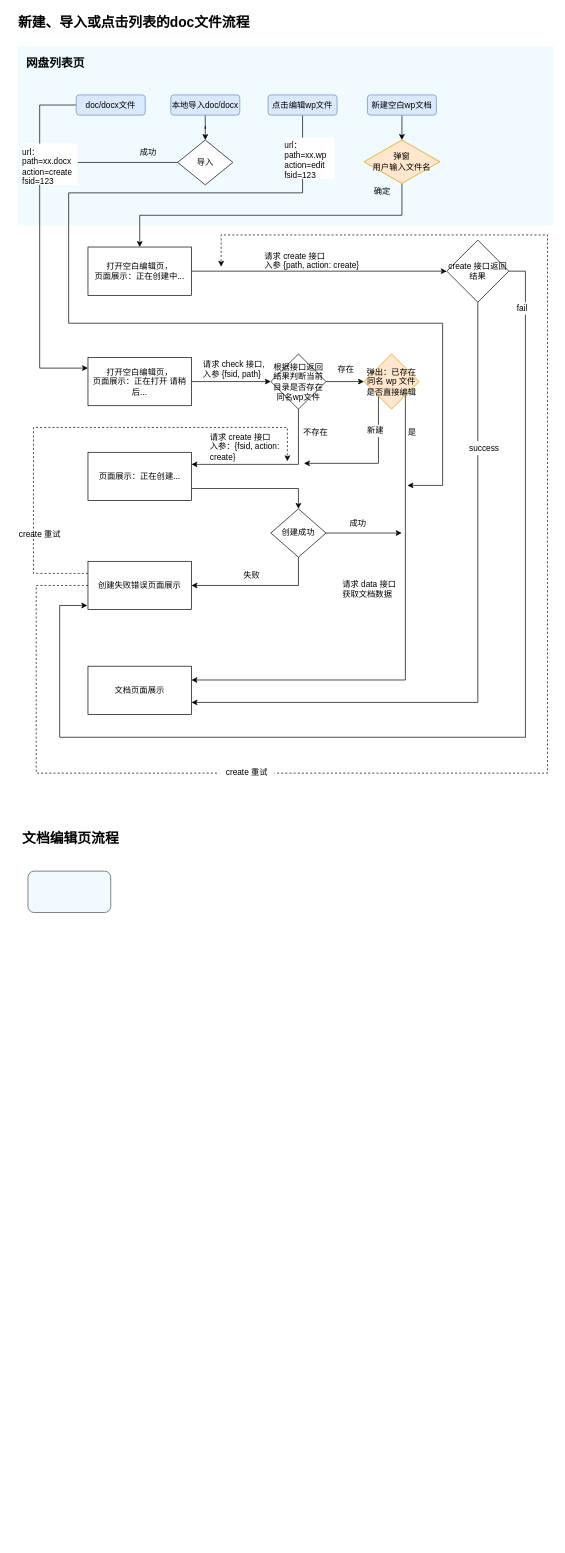
This is Untitled Diagram.drawio from simqifeng/somenote, a draw.io file, before an edit. Source tidied: cells renumbered, new cells numbered last; positions are measured from the earlier drawing's top-left corner, leaving out a move shared by most shapes. Both pictures are drawn from the tidied source at 69%, with x=0, y=0 at pixel (12, 12).
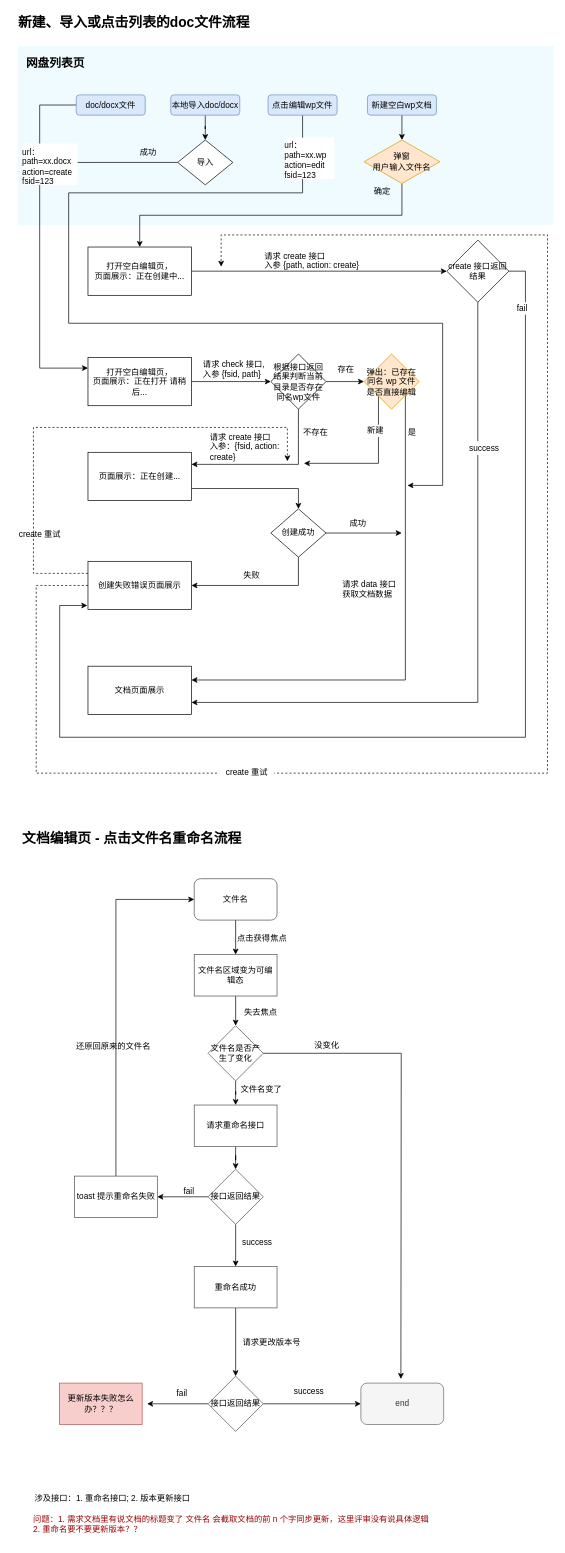
Above is the later version.

Commit message:
增加重命名文件名逻辑.drawio

Diff of the diagram source:
```diff
@@
-    <mxCell id="48" value="文档编辑页流程" style="text;html=1;align=left;verticalAlign=middle;fontSize=20;fontStyle=1;" parent="1" vertex="1">
-      <mxGeometry x="13" y="1183" width="150" height="28" as="geometry" />
+    <mxCell id="48" value="文档编辑页 - 点击文件名重命名流程" style="text;html=1;align=left;verticalAlign=middle;fontSize=20;fontStyle=1;" parent="1" vertex="1">
+      <mxGeometry x="13" y="1183" width="328" height="28" as="geometry" />
     </mxCell>
-    <mxCell id="49" style="rounded=1;whiteSpace=wrap;html=1;strokeColor=#4D4D4D;fillColor=#F0FBFF;fontSize=20;align=left;" parent="1" vertex="1">
-      <mxGeometry x="23" y="1245" width="120" height="60" as="geometry" />
-    </mxCell>
@@
+    <mxCell id="60" style="edgeStyle=orthogonalEdgeStyle;rounded=0;jettySize=auto;html=1;entryX=0.5;entryY=0;entryDx=0;entryDy=0;fontSize=12;" parent="1" edge="1" source="61" target="71">
+      <mxGeometry relative="1" as="geometry" />
+    </mxCell>
+    <mxCell id="61" value="请求重命名接口" style="rounded=0;whiteSpace=wrap;html=1;strokeColor=#4D4D4D;fillColor=#ffffff;fontSize=12;align=center;" parent="1" vertex="1">
+      <mxGeometry x="264" y="1584" width="120" height="60" as="geometry" />
+    </mxCell>
+    <mxCell id="62" style="edgeStyle=orthogonalEdgeStyle;rounded=0;jettySize=auto;html=1;entryX=0.5;entryY=0;entryDx=0;entryDy=0;fontSize=12;" parent="1" edge="1" source="64" target="61">
+      <mxGeometry relative="1" as="geometry" />
+    </mxCell>
+    <mxCell id="63" style="edgeStyle=orthogonalEdgeStyle;rounded=0;jettySize=auto;html=1;fontSize=12;" parent="1" edge="1" source="64">
+      <mxGeometry relative="1" as="geometry">
+        <mxPoint x="563.5" y="1981" as="targetPoint" />
+      </mxGeometry>
+    </mxCell>
+    <mxCell id="64" value="文件名是否产生了变化" style="rhombus;whiteSpace=wrap;html=1;strokeColor=#4D4D4D;fillColor=#ffffff;fontSize=12;align=center;" parent="1" vertex="1">
+      <mxGeometry x="284" y="1469" width="80" height="80" as="geometry" />
+    </mxCell>
+    <mxCell id="65" style="edgeStyle=orthogonalEdgeStyle;rounded=0;jettySize=auto;html=1;entryX=0.5;entryY=0;entryDx=0;entryDy=0;fontSize=12;" parent="1" edge="1" source="66" target="82">
+      <mxGeometry relative="1" as="geometry" />
+    </mxCell>
+    <mxCell id="66" value="文件名" style="rounded=1;whiteSpace=wrap;html=1;strokeColor=#4D4D4D;fillColor=#ffffff;fontSize=12;align=center;" parent="1" vertex="1">
+      <mxGeometry x="264" y="1256" width="120" height="60" as="geometry" />
+    </mxCell>
+    <mxCell id="67" value="失去焦点" style="text;html=1;align=center;verticalAlign=middle;fontSize=12;" parent="1" vertex="1">
+      <mxGeometry x="330.5" y="1441" width="58" height="18" as="geometry" />
+    </mxCell>
+    <mxCell id="68" value="文件名变了" style="text;html=1;align=center;verticalAlign=middle;fontSize=12;" parent="1" vertex="1">
+      <mxGeometry x="326" y="1553" width="70" height="18" as="geometry" />
+    </mxCell>
+    <mxCell id="69" style="edgeStyle=orthogonalEdgeStyle;rounded=0;jettySize=auto;html=1;exitX=0.5;exitY=1;exitDx=0;exitDy=0;entryX=0.5;entryY=0;entryDx=0;entryDy=0;fontSize=12;" parent="1" edge="1" source="71" target="73">
+      <mxGeometry relative="1" as="geometry" />
+    </mxCell>
+    <mxCell id="70" style="edgeStyle=orthogonalEdgeStyle;rounded=0;jettySize=auto;html=1;entryX=1;entryY=0.5;entryDx=0;entryDy=0;fontSize=12;" parent="1" edge="1" source="71" target="86">
+      <mxGeometry relative="1" as="geometry" />
+    </mxCell>
+    <mxCell id="71" value="接口返回结果" style="rhombus;whiteSpace=wrap;html=1;strokeColor=#4D4D4D;fillColor=#ffffff;fontSize=12;align=center;" parent="1" vertex="1">
+      <mxGeometry x="284" y="1677" width="80" height="80" as="geometry" />
+    </mxCell>
+    <mxCell id="72" style="edgeStyle=orthogonalEdgeStyle;rounded=0;jettySize=auto;html=1;entryX=0.5;entryY=0;entryDx=0;entryDy=0;fontSize=12;" parent="1" edge="1" source="73" target="77">
+      <mxGeometry relative="1" as="geometry" />
+    </mxCell>
+    <mxCell id="73" value="重命名成功" style="rounded=0;whiteSpace=wrap;html=1;strokeColor=#4D4D4D;fillColor=#ffffff;fontSize=12;align=center;" parent="1" vertex="1">
+      <mxGeometry x="264" y="1818" width="120" height="60" as="geometry" />
+    </mxCell>
+    <mxCell id="74" value="success" style="text;html=1;align=center;verticalAlign=middle;fontSize=12;" parent="1" vertex="1">
+      <mxGeometry x="328.5" y="1774" width="53" height="18" as="geometry" />
+    </mxCell>
+    <mxCell id="75" style="edgeStyle=orthogonalEdgeStyle;rounded=0;jettySize=auto;html=1;exitX=1;exitY=0.5;exitDx=0;exitDy=0;entryX=0;entryY=0.5;entryDx=0;entryDy=0;fontSize=12;" parent="1" edge="1" source="77" target="80">
+      <mxGeometry relative="1" as="geometry" />
+    </mxCell>
+    <mxCell id="76" style="edgeStyle=orthogonalEdgeStyle;rounded=0;jettySize=auto;html=1;fontSize=12;" parent="1" edge="1" source="77">
+      <mxGeometry relative="1" as="geometry">
+        <mxPoint x="195.7" y="2017" as="targetPoint" />
+      </mxGeometry>
+    </mxCell>
+    <mxCell id="77" value="接口返回结果" style="rhombus;whiteSpace=wrap;html=1;strokeColor=#4D4D4D;fillColor=#ffffff;fontSize=12;align=center;" parent="1" vertex="1">
+      <mxGeometry x="284" y="1977" width="80" height="80" as="geometry" />
+    </mxCell>
+    <mxCell id="78" value="请求更改版本号" style="text;html=1;align=center;verticalAlign=middle;fontSize=12;" parent="1" vertex="1">
+      <mxGeometry x="328.5" y="1919" width="94" height="18" as="geometry" />
+    </mxCell>
+    <mxCell id="79" value="success" style="text;html=1;align=center;verticalAlign=middle;fontSize=12;" parent="1" vertex="1">
+      <mxGeometry x="403.5" y="1991" width="53" height="18" as="geometry" />
+    </mxCell>
+    <mxCell id="80" value="end" style="rounded=1;whiteSpace=wrap;html=1;strokeColor=#666666;fillColor=#f5f5f5;fontSize=12;align=center;fontColor=#333333;" parent="1" vertex="1">
+      <mxGeometry x="505.5" y="1987" width="120" height="60" as="geometry" />
+    </mxCell>
+    <mxCell id="81" style="edgeStyle=orthogonalEdgeStyle;rounded=0;jettySize=auto;html=1;fontSize=12;" parent="1" edge="1" source="82" target="64">
+      <mxGeometry relative="1" as="geometry" />
+    </mxCell>
+    <mxCell id="82" value="文件名区域变为可编辑态" style="rounded=0;whiteSpace=wrap;html=1;strokeColor=#4D4D4D;fillColor=#ffffff;fontSize=12;align=center;" parent="1" vertex="1">
+      <mxGeometry x="264" y="1366" width="120" height="60" as="geometry" />
+    </mxCell>
+    <mxCell id="83" value="点击获得焦点" style="text;html=1;align=center;verticalAlign=middle;fontSize=12;" parent="1" vertex="1">
+      <mxGeometry x="321" y="1334" width="82" height="18" as="geometry" />
+    </mxCell>
+    <mxCell id="84" value="没变化" style="text;html=1;align=center;verticalAlign=middle;fontSize=12;" parent="1" vertex="1">
+      <mxGeometry x="432.5" y="1489" width="46" height="18" as="geometry" />
+    </mxCell>
+    <mxCell id="85" style="edgeStyle=orthogonalEdgeStyle;rounded=0;jettySize=auto;html=1;entryX=0;entryY=0.5;entryDx=0;entryDy=0;fontSize=12;exitX=0.5;exitY=0;exitDx=0;exitDy=0;" parent="1" edge="1" source="86" target="66">
+      <mxGeometry relative="1" as="geometry">
+        <Array as="points">
+          <mxPoint x="150.5" y="1286" />
+        </Array>
+      </mxGeometry>
+    </mxCell>
+    <mxCell id="86" value="toast 提示重命名失败" style="rounded=0;whiteSpace=wrap;html=1;strokeColor=#4D4D4D;fillColor=#ffffff;fontSize=12;align=center;" parent="1" vertex="1">
+      <mxGeometry x="90.5" y="1687" width="120" height="60" as="geometry" />
+    </mxCell>
+    <mxCell id="87" value="fail" style="text;html=1;align=center;verticalAlign=middle;fontSize=12;" parent="1" vertex="1">
+      <mxGeometry x="243.5" y="1700" width="25" height="18" as="geometry" />
+    </mxCell>
+    <mxCell id="88" value="&lt;h1&gt;&lt;span style=&quot;font-size: 12px ; font-weight: normal&quot;&gt;还原回原来的文件名&lt;/span&gt;&lt;br&gt;&lt;/h1&gt;" style="text;html=1;strokeColor=none;fillColor=none;spacing=5;spacingTop=-20;whiteSpace=wrap;overflow=hidden;rounded=0;fontSize=12;align=center;" parent="1" vertex="1">
+      <mxGeometry x="77.5" y="1476" width="138" height="40" as="geometry" />
+    </mxCell>
+    <mxCell id="89" value="涉及接口：1. 重命名接口; 2. 版本更新接口" style="text;html=1;align=left;verticalAlign=middle;fontSize=12;" parent="1" vertex="1">
+      <mxGeometry x="31" y="2145" width="235" height="18" as="geometry" />
+    </mxCell>
+    <mxCell id="90" value="fail" style="text;html=1;align=center;verticalAlign=middle;fontSize=12;" parent="1" vertex="1">
+      <mxGeometry x="233.5" y="1993" width="25" height="18" as="geometry" />
+    </mxCell>
+    <mxCell id="91" value="更新版本失败怎么办？？？" style="rounded=0;whiteSpace=wrap;html=1;strokeColor=#b85450;fillColor=#f8cecc;fontSize=12;align=center;" parent="1" vertex="1">
+      <mxGeometry x="68.5" y="1987" width="120" height="60" as="geometry" />
+    </mxCell>
+    <mxCell id="92" value="问题：1. 需求文档里有说文档的标题变了 文件名 会截取文档的前 n 个字同步更新，这里评审没有说具体逻辑&#10;2. 重命名要不要更新版本？？" style="text;strokeColor=none;fillColor=none;spacing=0;spacingTop=0;overflow=hidden;rounded=0;fontSize=12;align=left;labelPosition=center;verticalLabelPosition=middle;verticalAlign=middle;labelBackgroundColor=none;fontColor=#990000;" parent="1" vertex="1">
+      <mxGeometry x="31" y="2167" width="695" height="49" as="geometry" />
+    </mxCell>
```
